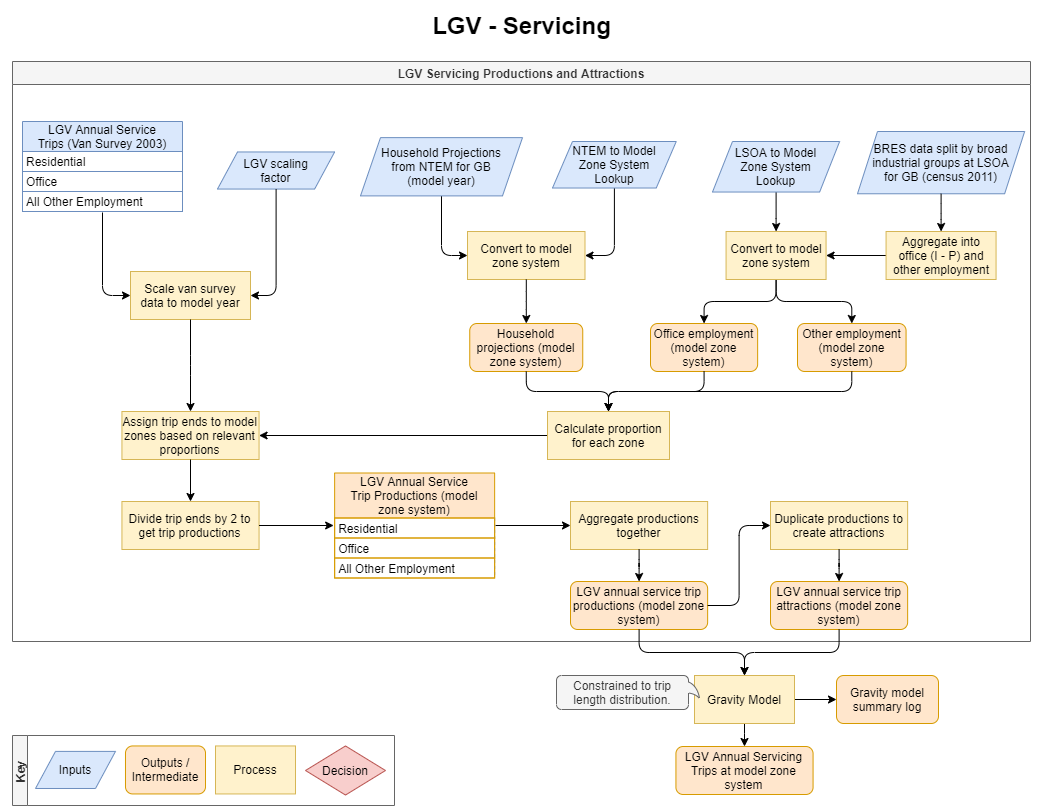
This is local_freight_tool/doc/images/LGV_methodology-Servicing.png from Transport-for-the-North/caf-freight-tools, a draw.io export, as it was before one commit. Source tidied: cells renumbered, new cells last; positions are measured from the earlier drawing's top-left corner, leaving out a move shared by most shapes.
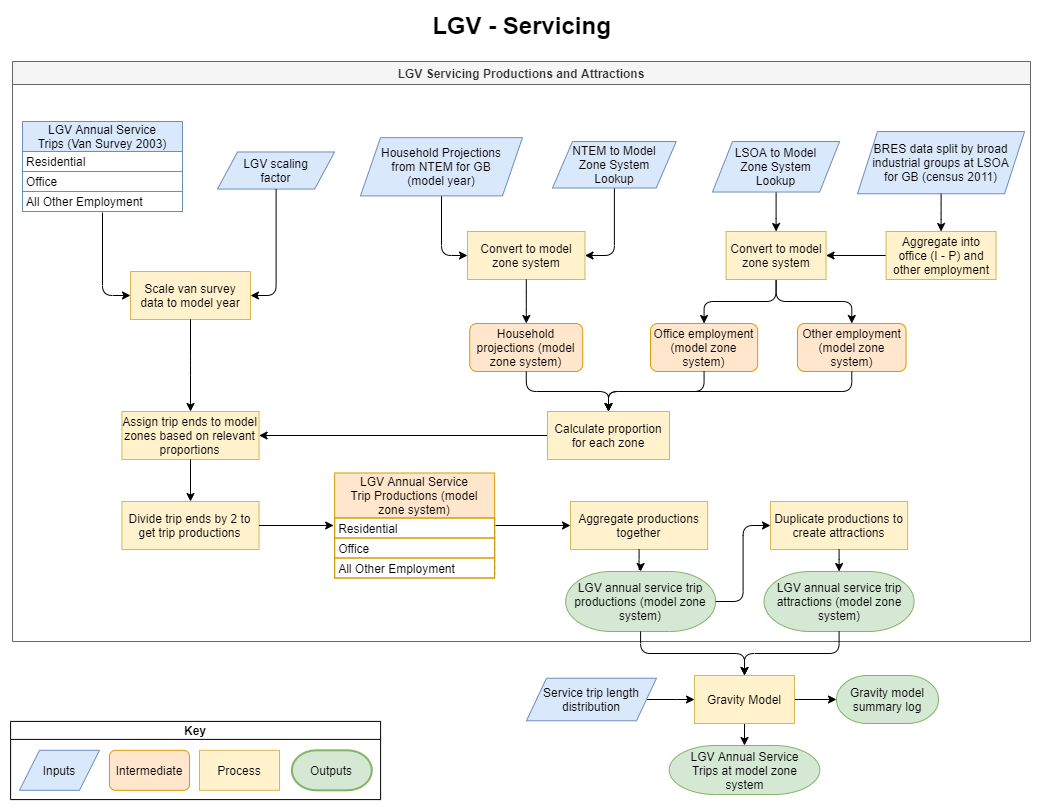
Later version of the same file.

What changed in the source:
```diff
@@ -89,8 +89,8 @@
     <mxCell id="30" value="Aggregate productions together" style="rounded=0;whiteSpace=wrap;html=1;shadow=0;glass=0;labelBackgroundColor=none;comic=0;sketch=0;strokeColor=#d6b656;strokeWidth=1;fillColor=#fff2cc;fontSize=12;" parent="2" vertex="1">
       <mxGeometry x="558" y="440" width="137.1" height="48" as="geometry" />
     </mxCell>
-    <mxCell id="31" value="LGV annual service trip productions (model zone system)" style="rounded=1;whiteSpace=wrap;html=1;shadow=0;glass=0;labelBackgroundColor=none;comic=0;sketch=0;strokeColor=#d79b00;strokeWidth=1;fillColor=#ffe6cc;fontSize=12;" parent="2" vertex="1">
-      <mxGeometry x="558" y="520" width="137.1" height="48" as="geometry" />
+    <mxCell id="31" value="LGV annual service trip productions (model zone system)" style="strokeWidth=1;html=1;shape=mxgraph.flowchart.terminator;whiteSpace=wrap;rounded=0;shadow=0;glass=0;sketch=0;fillColor=#d5e8d4;strokeColor=#82b366;fontFamily=Helvetica;fontSize=12;fontColor=#000000;align=center;comic=0;" parent="2" vertex="1">
+      <mxGeometry x="553.1" y="510" width="150" height="60" as="geometry" />
     </mxCell>
     <mxCell id="32" style="edgeStyle=orthogonalEdgeStyle;rounded=1;jettySize=auto;html=1;" parent="2" edge="1" source="30" target="31">
       <mxGeometry relative="1" as="geometry" />
@@ -116,8 +116,8 @@
     <mxCell id="39" style="edgeStyle=orthogonalEdgeStyle;rounded=1;jettySize=auto;html=1;entryX=0;entryY=0.5;entryDx=0;entryDy=0;" parent="2" edge="1" source="31" target="38">
       <mxGeometry relative="1" as="geometry" />
     </mxCell>
-    <mxCell id="40" value="LGV annual service trip attractions (model zone system)" style="rounded=1;whiteSpace=wrap;html=1;shadow=0;glass=0;labelBackgroundColor=none;comic=0;sketch=0;strokeColor=#d79b00;strokeWidth=1;fillColor=#ffe6cc;fontSize=12;" parent="2" vertex="1">
-      <mxGeometry x="758" y="520" width="137.1" height="48" as="geometry" />
+    <mxCell id="40" value="LGV annual service trip attractions (model zone system)" style="strokeWidth=1;html=1;shape=mxgraph.flowchart.terminator;whiteSpace=wrap;rounded=0;shadow=0;glass=0;sketch=0;fillColor=#d5e8d4;strokeColor=#82b366;fontFamily=Helvetica;fontSize=12;fontColor=#000000;align=center;comic=0;" parent="2" vertex="1">
+      <mxGeometry x="751.6" y="510" width="150" height="60" as="geometry" />
     </mxCell>
     <mxCell id="41" style="edgeStyle=orthogonalEdgeStyle;rounded=1;jettySize=auto;html=1;" parent="2" edge="1" source="38" target="40">
       <mxGeometry relative="1" as="geometry" />
@@ -158,8 +158,8 @@
     <mxCell id="53" value="Gravity Model" style="rounded=0;whiteSpace=wrap;html=1;shadow=0;glass=0;labelBackgroundColor=none;comic=0;sketch=0;strokeColor=#d6b656;strokeWidth=1;fillColor=#fff2cc;fontSize=12;" parent="1" vertex="1">
       <mxGeometry x="689" y="670" width="100" height="48" as="geometry" />
     </mxCell>
-    <mxCell id="54" value="LGV Annual Servicing Trips at model zone system" style="rounded=1;whiteSpace=wrap;html=1;shadow=0;glass=0;labelBackgroundColor=none;comic=0;sketch=0;strokeColor=#d79b00;strokeWidth=1;fillColor=#ffe6cc;fontSize=12;" parent="1" vertex="1">
-      <mxGeometry x="670.4" y="741" width="137.1" height="48" as="geometry" />
+    <mxCell id="54" value="LGV Annual Service Trips at model zone system" style="strokeWidth=1;html=1;shape=mxgraph.flowchart.terminator;whiteSpace=wrap;rounded=0;shadow=0;glass=0;sketch=0;fillColor=#d5e8d4;strokeColor=#82b366;fontFamily=Helvetica;fontSize=12;align=center;comic=0;spacingRight=10;spacingLeft=10;" parent="1" vertex="1">
+      <mxGeometry x="663.7" y="740" width="150.6" height="49" as="geometry" />
     </mxCell>
     <mxCell id="55" value="LGV - Servicing" style="text;strokeColor=none;fillColor=none;html=1;fontSize=24;fontStyle=1;verticalAlign=middle;align=center;" parent="1" vertex="1">
       <mxGeometry width="1031" height="40" as="geometry" />
@@ -170,26 +170,29 @@
     <mxCell id="57" style="edgeStyle=orthogonalEdgeStyle;rounded=1;jettySize=auto;html=1;" parent="1" edge="1" source="31" target="53">
       <mxGeometry relative="1" as="geometry" />
     </mxCell>
-    <mxCell id="58" value="Constrained to trip length distribution." style="whiteSpace=wrap;html=1;shape=mxgraph.basic.roundRectCallout;dx=22;dy=11;size=5;boundedLbl=1;labelBackgroundColor=none;fillColor=#f5f5f5;strokeColor=#666666;flipV=1;flipH=1;fontColor=#333333;rounded=1;direction=south;" parent="1" vertex="1">
-      <mxGeometry x="551" y="670" width="143" height="34" as="geometry" />
-    </mxCell>
+    <mxCell id="64" value="Gravity model summary log" style="strokeWidth=1;html=1;shape=mxgraph.flowchart.terminator;whiteSpace=wrap;rounded=0;shadow=0;glass=0;sketch=0;fillColor=#d5e8d4;strokeColor=#82b366;fontFamily=Helvetica;fontSize=12;align=center;comic=0;" parent="1" vertex="1">
+      <mxGeometry x="831" y="670" width="102" height="48" as="geometry" />
+    </mxCell>
-    <mxCell id="59" value="Key" style="swimlane;direction=east;startSize=15;horizontal=0;fillColor=#f5f5f5;strokeColor=#666666;fontColor=#333333;" parent="1" vertex="1">
-      <mxGeometry x="7" y="730" width="382" height="70" as="geometry" />
+    <mxCell id="59" value="Key" style="swimlane;rotation=90;direction=east;horizontal=0;noLabel=0;align=center;verticalAlign=middle;flipV=0;flipH=0;startSize=18;fillColor=none;" parent="1" vertex="1">
+      <mxGeometry x="151" y="570" width="78.2" height="370" as="geometry" />
     </mxCell>
-    <mxCell id="60" value="Inputs" style="shape=parallelogram;perimeter=parallelogramPerimeter;whiteSpace=wrap;html=1;fixedSize=1;shadow=0;glass=0;labelBackgroundColor=none;comic=0;sketch=0;strokeColor=#6c8ebf;strokeWidth=1;fillColor=#dae8fc;fontSize=12;spacingRight=10;spacingLeft=10;" parent="59" vertex="1">
-      <mxGeometry x="23" y="15.9" width="80" height="37.1" as="geometry" />
+    <mxCell id="60" value="Inputs" style="shape=parallelogram;perimeter=parallelogramPerimeter;whiteSpace=wrap;html=1;fixedSize=1;rounded=0;shadow=0;glass=0;labelBackgroundColor=none;comic=0;sketch=0;strokeColor=#6c8ebf;strokeWidth=1;fillColor=#dae8fc;fontSize=12;spacingRight=10;spacingLeft=10;rotation=0;" parent="59" vertex="1">
+      <mxGeometry x="-137" y="174.8" width="80" height="40" as="geometry" />
     </mxCell>
-    <mxCell id="61" value="Outputs / Intermediate" style="whiteSpace=wrap;html=1;shadow=0;glass=0;labelBackgroundColor=none;comic=0;sketch=0;strokeColor=#d79b00;strokeWidth=1;fillColor=#ffe6cc;fontSize=12;rounded=1;" parent="59" vertex="1">
-      <mxGeometry x="113" y="10.4" width="80" height="48" as="geometry" />
-    </mxCell>
+    <mxCell id="65" value="Intermediate" style="rounded=1;whiteSpace=wrap;html=1;shadow=0;glass=0;labelBackgroundColor=none;comic=0;sketch=0;strokeColor=#d79b00;strokeWidth=1;fillColor=#ffe6cc;fontSize=12;rotation=0;" parent="59" vertex="1">
+      <mxGeometry x="-47" y="174.8" width="80" height="40" as="geometry" />
+    </mxCell>
-    <mxCell id="62" value="Process" style="whiteSpace=wrap;html=1;shadow=0;glass=0;labelBackgroundColor=none;comic=0;sketch=0;strokeColor=#d6b656;strokeWidth=1;fillColor=#fff2cc;fontSize=12;" parent="59" vertex="1">
-      <mxGeometry x="203" y="10.4" width="80" height="48" as="geometry" />
+    <mxCell id="62" value="Process" style="rounded=0;whiteSpace=wrap;html=1;shadow=0;glass=0;labelBackgroundColor=none;comic=0;sketch=0;strokeColor=#d6b656;strokeWidth=1;fillColor=#fff2cc;fontSize=12;rotation=0;" parent="59" vertex="1">
+      <mxGeometry x="43" y="174.8" width="80" height="40" as="geometry" />
     </mxCell>
-    <mxCell id="63" value="Decision" style="rhombus;whiteSpace=wrap;html=1;shadow=0;glass=0;labelBackgroundColor=none;comic=0;sketch=0;strokeColor=#b85450;strokeWidth=1;fillColor=#f8cecc;fontSize=12;" parent="59" vertex="1">
-      <mxGeometry x="293" y="10.4" width="80" height="49.1" as="geometry" />
-    </mxCell>
-    <mxCell id="64" value="Gravity model summary log" style="rounded=1;whiteSpace=wrap;html=1;shadow=0;glass=0;labelBackgroundColor=none;comic=0;sketch=0;strokeColor=#d79b00;strokeWidth=1;fillColor=#ffe6cc;fontSize=12;" parent="1" vertex="1">
-      <mxGeometry x="831" y="670" width="102" height="48" as="geometry" />
-    </mxCell>
+    <mxCell id="66" value="Outputs" style="strokeWidth=2;html=1;shape=mxgraph.flowchart.terminator;whiteSpace=wrap;rounded=0;shadow=0;glass=0;sketch=0;fillColor=#d5e8d4;strokeColor=#82b366;rotation=0;" parent="59" vertex="1">
+      <mxGeometry x="135.3" y="174.8" width="80" height="40" as="geometry" />
+    </mxCell>
+    <mxCell id="67" style="edgeStyle=orthogonalEdgeStyle;rounded=0;jettySize=auto;html=1;" parent="1" edge="1" source="68" target="53">
+      <mxGeometry relative="1" as="geometry" />
+    </mxCell>
+    <mxCell id="68" value="Service trip length distribution" style="shape=parallelogram;perimeter=parallelogramPerimeter;whiteSpace=wrap;html=1;fixedSize=1;rounded=0;shadow=0;glass=0;labelBackgroundColor=none;comic=0;sketch=0;strokeColor=#6c8ebf;strokeWidth=1;fillColor=#dae8fc;fontSize=12;spacingRight=10;spacingLeft=10;" parent="1" vertex="1">
+      <mxGeometry x="521" y="672.7" width="130" height="42.5" as="geometry" />
+    </mxCell>
   </root>
 </mxGraphModel>
```
